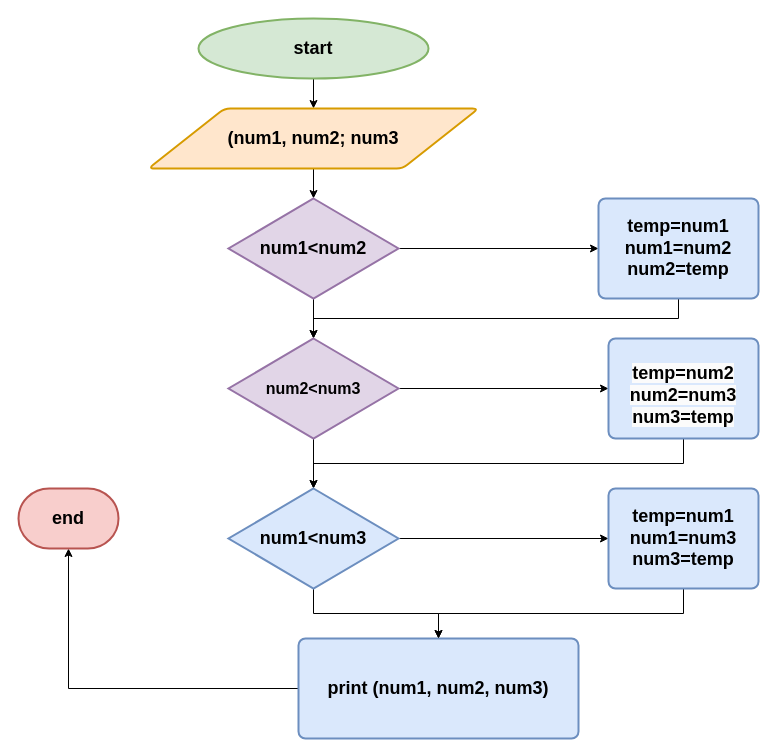
Earlier version of the draw.io diagram build/Diagramme sort order.drawio (essaoudi01/drawio-desktop). Source tidied: cells renumbered, new cells numbered last; positions are measured from the earlier drawing's top-left corner, leaving out a move shared by most shapes. Both pictures are drawn from the tidied source at 100%, with x=0, y=0 at pixel (18, 18).
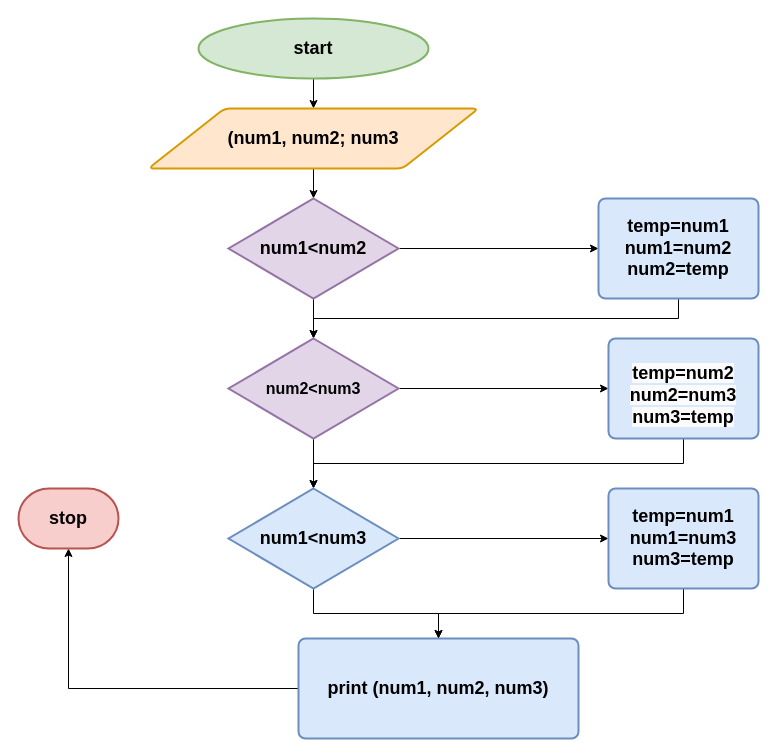
After the change.

Commit message (it also covers changes not shown here):
Mettre à jour Diagramme sort order.drawio

The edit, as a diff of the source:
```diff
@@
-    <mxCell id="21" value="&lt;h2&gt;end&lt;/h2&gt;" style="strokeWidth=2;html=1;shape=mxgraph.flowchart.terminator;whiteSpace=wrap;fillColor=#f8cecc;strokeColor=#b85450;" parent="1" vertex="1">
+    <mxCell id="21" value="&lt;h2&gt;stop&lt;/h2&gt;" style="strokeWidth=2;html=1;shape=mxgraph.flowchart.terminator;whiteSpace=wrap;fillColor=#f8cecc;strokeColor=#b85450;" parent="1" vertex="1">
       <mxGeometry y="470" width="100" height="60" as="geometry" />
     </mxCell>
```
